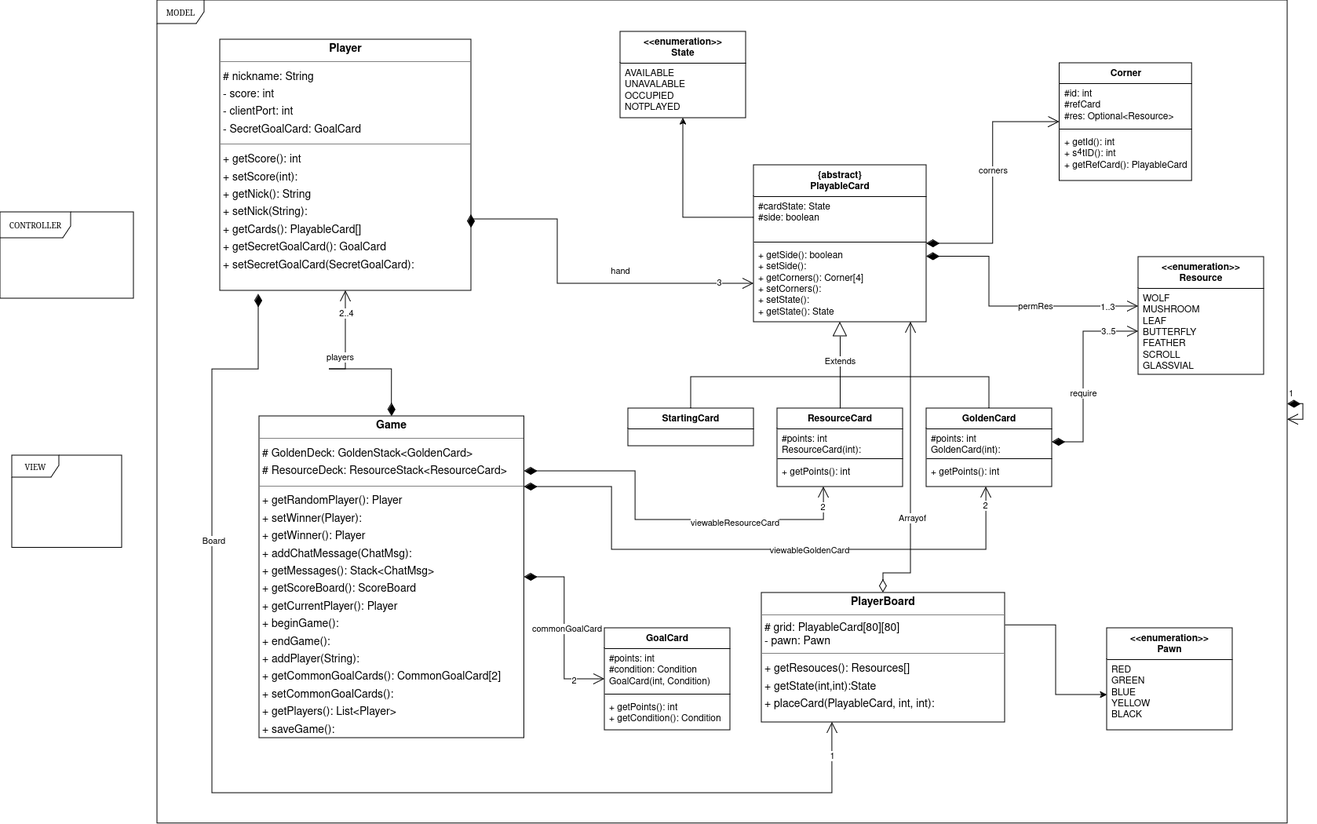
This is UML method.png from RogerTWS02/ing-sw-2024-Esposito-Falzoni-Frisone-Grassi, a draw.io export, as it was before one commit. Source tidied: cells renumbered, new cells last; positions are measured from the earlier drawing's top-left corner, leaving out a move shared by most shapes.
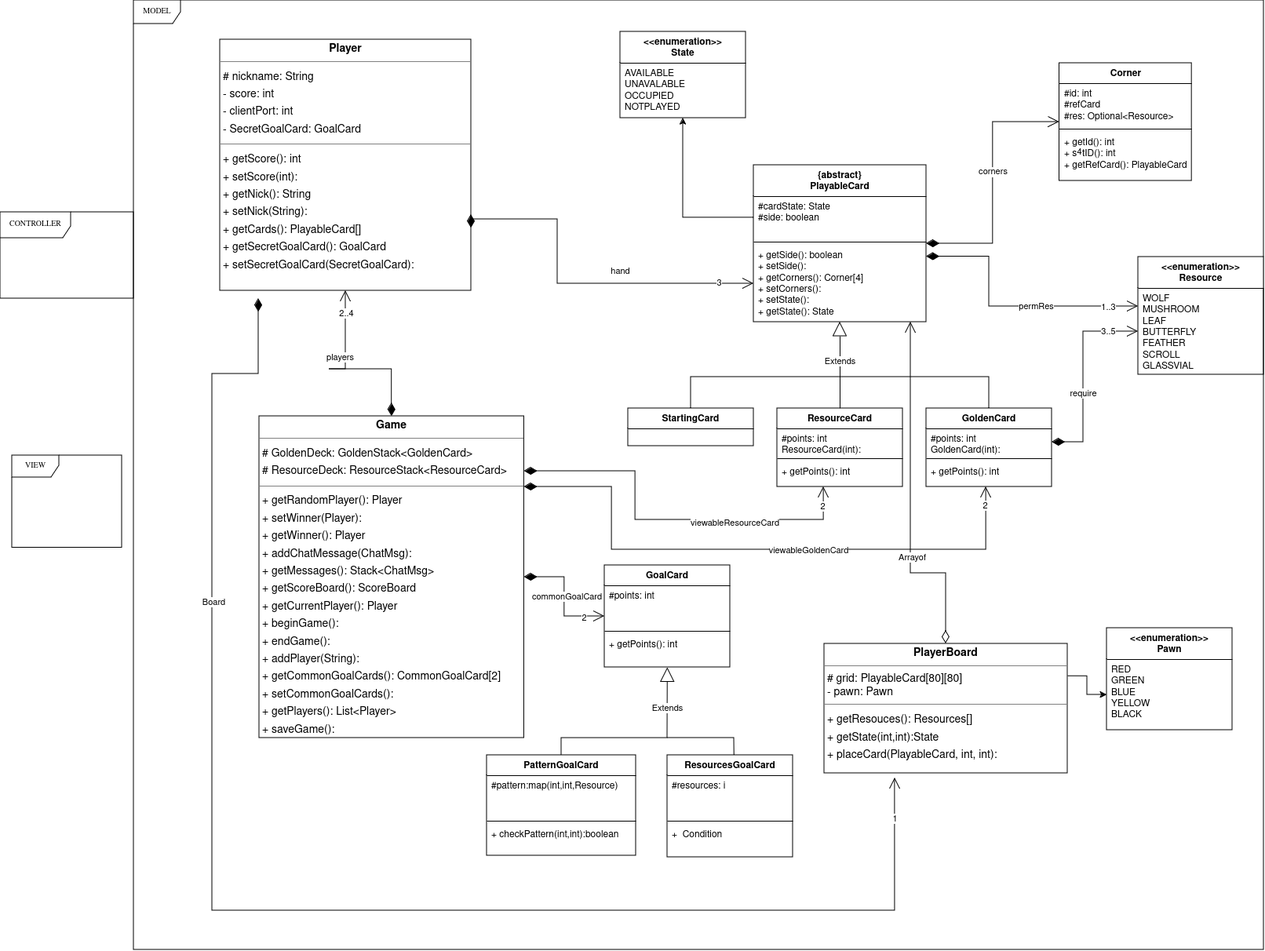
After the commit.

Diff of the diagram source:
```diff
@@ -3,7 +3,7 @@
     <mxCell id="0" />
     <mxCell id="1" parent="0" />
     <mxCell id="2" value="MODEL" style="shape=umlFrame;whiteSpace=wrap;html=1;rounded=0;shadow=0;comic=0;labelBackgroundColor=none;strokeWidth=1;fontFamily=Verdana;fontSize=10;align=center;" parent="1" vertex="1">
-      <mxGeometry x="200" width="1440" height="1048.8" as="geometry" />
+      <mxGeometry x="170" width="1440" height="1210" as="geometry" />
     </mxCell>
     <mxCell id="3" value="CONTROLLER" style="shape=umlFrame;whiteSpace=wrap;html=1;rounded=0;shadow=0;comic=0;labelBackgroundColor=none;strokeWidth=1;fontFamily=Verdana;fontSize=10;align=center;width=90;height=33;" parent="1" vertex="1">
       <mxGeometry y="270" width="170" height="110" as="geometry" />
@@ -73,7 +73,7 @@
       <mxGeometry relative="1" as="geometry" />
     </mxCell>
     <mxCell id="22" value="&lt;p style=&quot;margin:0px;margin-top:4px;text-align:center;&quot;&gt;&lt;b&gt;PlayerBoard&lt;/b&gt;&lt;/p&gt;&lt;hr size=&quot;1&quot;&gt;&amp;nbsp;&lt;span style=&quot;background-color: initial;&quot;&gt;# grid: PlayableCard[80][80]&amp;nbsp;&lt;/span&gt;&lt;div&gt;&amp;nbsp;- pawn: Pawn&amp;nbsp;&lt;div&gt;&lt;hr size=&quot;1&quot;&gt;&lt;p style=&quot;margin:0 0 0 4px;line-height:1.6;&quot;&gt;+ getResouces(): Resources[]&lt;br&gt;+ getState(int,int):State&lt;br&gt;+ placeCard(PlayableCard, int, int): &lt;br&gt;&lt;/p&gt;&lt;/div&gt;&lt;/div&gt;" style="verticalAlign=top;align=left;overflow=fill;fontSize=14;fontFamily=Helvetica;html=1;rounded=0;shadow=0;comic=0;labelBackgroundColor=none;strokeWidth=1;" parent="1" vertex="1">
-      <mxGeometry x="970" y="755" width="310" height="165" as="geometry" />
+      <mxGeometry x="1050" y="820" width="310" height="165" as="geometry" />
     </mxCell>
     <mxCell id="23" value="&lt;p style=&quot;margin:0px;margin-top:4px;text-align:center;&quot;&gt;&lt;b&gt;Player&lt;/b&gt;&lt;/p&gt;&lt;hr size=&quot;1&quot;&gt;&lt;p style=&quot;margin:0 0 0 4px;line-height:1.6;&quot;&gt;# nickname: String&lt;/p&gt;&lt;p style=&quot;margin:0 0 0 4px;line-height:1.6;&quot;&gt;- score: int&lt;/p&gt;&lt;p style=&quot;margin:0 0 0 4px;line-height:1.6;&quot;&gt;- clientPort: int&lt;/p&gt;&lt;p style=&quot;margin:0 0 0 4px;line-height:1.6;&quot;&gt;- SecretGoalCard: GoalCard&lt;/p&gt;&lt;hr size=&quot;1&quot;&gt;&lt;p style=&quot;margin:0 0 0 4px;line-height:1.6;&quot;&gt;+ getScore(): int&lt;/p&gt;&lt;p style=&quot;margin:0 0 0 4px;line-height:1.6;&quot;&gt;+ setScore(int):&amp;nbsp;&lt;br&gt;+ getNick(): String&lt;/p&gt;&lt;p style=&quot;margin:0 0 0 4px;line-height:1.6;&quot;&gt;+ setNick(String):&lt;/p&gt;&lt;p style=&quot;margin:0 0 0 4px;line-height:1.6;&quot;&gt;+ getCards(): PlayableCard[]&lt;br&gt;+ getSecretGoalCard(): GoalCard&lt;br&gt;+ setSecretGoalCard(SecretGoalCard):&amp;nbsp;&lt;br&gt;&lt;/p&gt;" style="verticalAlign=top;align=left;overflow=fill;fontSize=14;fontFamily=Helvetica;html=1;rounded=0;shadow=0;comic=0;labelBackgroundColor=none;strokeWidth=1;" parent="1" vertex="1">
       <mxGeometry x="280" y="50" width="320" height="320" as="geometry" />
@@ -248,27 +248,26 @@
       <mxGeometry x="0.66" y="-2" relative="1" as="geometry" />
     </mxCell>
     <mxCell id="60" value="GoalCard" style="swimlane;fontStyle=1;align=center;verticalAlign=top;horizontal=1;startSize=26;whiteSpace=wrap;html=1;" parent="1" vertex="1">
-      <mxGeometry x="770" y="800" width="160" height="130" as="geometry" />
+      <mxGeometry x="770" y="720" width="160" height="130" as="geometry" />
     </mxCell>
-    <mxCell id="61" value="#points: int&lt;div&gt;#condition: Condition&lt;/div&gt;&lt;div&gt;GoalCard(int, Condition)&lt;/div&gt;" style="text;strokeColor=none;fillColor=none;align=left;verticalAlign=top;spacingLeft=4;spacingRight=4;overflow=hidden;whiteSpace=wrap;html=1;" parent="60" vertex="1">
+    <mxCell id="61" value="#points: int" style="text;strokeColor=none;fillColor=none;align=left;verticalAlign=top;spacingLeft=4;spacingRight=4;overflow=hidden;whiteSpace=wrap;html=1;" parent="60" vertex="1">
       <mxGeometry y="26" width="160" height="54" as="geometry" />
     </mxCell>
     <mxCell id="62" style="line;strokeWidth=1;fillColor=none;align=left;verticalAlign=middle;spacingTop=-1;spacingLeft=3;spacingRight=3;labelPosition=right;strokeColor=inherit;" parent="60" vertex="1">
       <mxGeometry y="80" width="160" height="8" as="geometry" />
     </mxCell>
-    <mxCell id="63" value="+ getPoints(): int&lt;div&gt;+ getCondition(): Condition&amp;nbsp;&lt;/div&gt;" style="text;strokeColor=none;fillColor=none;align=left;verticalAlign=top;spacingLeft=4;spacingRight=4;overflow=hidden;points=[[0,0.5],[1,0.5]];portConstraint=eastwest;whiteSpace=wrap;html=1;" parent="60" vertex="1">
+    <mxCell id="63" value="+ getPoints(): int&lt;div&gt;&amp;nbsp;&lt;br&gt;&lt;/div&gt;" style="text;strokeColor=none;fillColor=none;align=left;verticalAlign=top;spacingLeft=4;spacingRight=4;overflow=hidden;points=[[0,0.5],[1,0.5]];portConstraint=eastwest;whiteSpace=wrap;html=1;" parent="60" vertex="1">
       <mxGeometry y="88" width="160" height="42" as="geometry" />
     </mxCell>
-    <mxCell id="64" value="1" style="endArrow=open;html=1;endSize=12;startArrow=diamondThin;startSize=14;startFill=1;edgeStyle=orthogonalEdgeStyle;align=left;verticalAlign=bottom;rounded=0;" parent="1" edge="1" source="2" target="2">
-      <mxGeometry x="-1" y="3" relative="1" as="geometry" />
-    </mxCell>
-    <mxCell id="65" style="endArrow=open;html=1;endSize=12;startArrow=diamondThin;startSize=14;startFill=1;edgeStyle=orthogonalEdgeStyle;align=left;verticalAlign=bottom;rounded=0;exitX=0.153;exitY=1.013;exitDx=0;exitDy=0;exitPerimeter=0;entryX=0.29;entryY=1;entryDx=0;entryDy=0;entryPerimeter=0;" parent="1" edge="1" source="23" target="22">
+    <mxCell id="65" style="endArrow=open;html=1;endSize=12;startArrow=diamondThin;startSize=14;startFill=1;edgeStyle=orthogonalEdgeStyle;align=left;verticalAlign=bottom;rounded=0;exitX=0.153;exitY=1.013;exitDx=0;exitDy=0;exitPerimeter=0;entryX=0.29;entryY=1;entryDx=0;entryDy=0;entryPerimeter=0;" parent="1" edge="1">
       <mxGeometry x="0.9" y="-110" relative="1" as="geometry">
+        <mxPoint x="329" y="380" as="sourcePoint" />
+        <mxPoint x="1139.9" y="990.8" as="targetPoint" />
         <Array as="points">
-          <mxPoint x="329" y="470" />
-          <mxPoint x="270" y="470" />
-          <mxPoint x="270" y="1010" />
-          <mxPoint x="1060" y="1010" />
+          <mxPoint x="329" y="476" />
+          <mxPoint x="270" y="476" />
+          <mxPoint x="270" y="1160" />
+          <mxPoint x="1140" y="1160" />
         </Array>
       </mxGeometry>
     </mxCell>
@@ -284,7 +283,7 @@
     <mxCell id="69" style="endArrow=open;html=1;endSize=12;startArrow=diamondThin;startSize=14;startFill=0;edgeStyle=orthogonalEdgeStyle;align=left;verticalAlign=bottom;rounded=0;exitX=0.5;exitY=0;exitDx=0;exitDy=0;" parent="1" edge="1" source="22" target="7">
       <mxGeometry x="-0.42" y="-10" relative="1" as="geometry">
         <Array as="points">
-          <mxPoint x="1125" y="730" />
+          <mxPoint x="1205" y="730" />
           <mxPoint x="1160" y="730" />
         </Array>
       </mxGeometry>
@@ -292,5 +291,46 @@
     <mxCell id="70" value="Arrayof" style="edgeLabel;html=1;align=center;verticalAlign=middle;" parent="69" vertex="1">
       <mxGeometry x="-0.32" y="-2" relative="1" as="geometry" />
     </mxCell>
+    <mxCell id="71" value="PatternGoalCard" style="swimlane;fontStyle=1;align=center;verticalAlign=top;horizontal=1;startSize=26;whiteSpace=wrap;html=1;" parent="1" vertex="1">
+      <mxGeometry x="620" y="962" width="190" height="128" as="geometry" />
+    </mxCell>
+    <mxCell id="72" value="&lt;div&gt;#pattern:map(int,int,Resource)&lt;/div&gt;" style="text;strokeColor=none;fillColor=none;align=left;verticalAlign=top;spacingLeft=4;spacingRight=4;overflow=hidden;whiteSpace=wrap;html=1;" parent="71" vertex="1">
+      <mxGeometry y="26" width="190" height="54" as="geometry" />
+    </mxCell>
+    <mxCell id="73" style="line;strokeWidth=1;fillColor=none;align=left;verticalAlign=middle;spacingTop=-1;spacingLeft=3;spacingRight=3;labelPosition=right;strokeColor=inherit;" parent="71" vertex="1">
+      <mxGeometry y="80" width="190" height="8" as="geometry" />
+    </mxCell>
+    <mxCell id="74" value="+ checkPattern(int,int):boolean" style="text;strokeColor=none;fillColor=none;align=left;verticalAlign=top;spacingLeft=4;spacingRight=4;overflow=hidden;whiteSpace=wrap;html=1;" parent="71" vertex="1">
+      <mxGeometry y="88" width="190" height="40" as="geometry" />
+    </mxCell>
+    <mxCell id="75" value="ResourcesGoalCard" style="swimlane;fontStyle=1;align=center;verticalAlign=top;horizontal=1;startSize=26;whiteSpace=wrap;html=1;" parent="1" vertex="1">
+      <mxGeometry x="850" y="962" width="160" height="130" as="geometry" />
+    </mxCell>
+    <mxCell id="76" value="#resources: i" style="text;strokeColor=none;fillColor=none;align=left;verticalAlign=top;spacingLeft=4;spacingRight=4;overflow=hidden;whiteSpace=wrap;html=1;" parent="75" vertex="1">
+      <mxGeometry y="26" width="160" height="54" as="geometry" />
+    </mxCell>
+    <mxCell id="77" style="line;strokeWidth=1;fillColor=none;align=left;verticalAlign=middle;spacingTop=-1;spacingLeft=3;spacingRight=3;labelPosition=right;strokeColor=inherit;" parent="75" vertex="1">
+      <mxGeometry y="80" width="160" height="8" as="geometry" />
+    </mxCell>
+    <mxCell id="78" value="+&amp;nbsp; Condition&amp;nbsp;" style="text;strokeColor=none;fillColor=none;align=left;verticalAlign=top;spacingLeft=4;spacingRight=4;overflow=hidden;whiteSpace=wrap;html=1;" parent="75" vertex="1">
+      <mxGeometry y="88" width="160" height="42" as="geometry" />
+    </mxCell>
+    <mxCell id="79" value="Extends" style="endArrow=block;endSize=16;endFill=0;html=1;rounded=0;exitX=0.5;exitY=0;exitDx=0;exitDy=0;entryX=0.502;entryY=1.007;entryDx=0;entryDy=0;entryPerimeter=0;" parent="1" edge="1" source="71" target="63">
+      <mxGeometry x="0.58" relative="1" as="geometry">
+        <Array as="points">
+          <mxPoint x="715" y="940" />
+          <mxPoint x="725" y="940" />
+          <mxPoint x="850" y="940" />
+        </Array>
+      </mxGeometry>
+    </mxCell>
+    <mxCell id="80" style="endArrow=none;html=1;rounded=0;exitX=0.533;exitY=-0.002;exitDx=0;exitDy=0;exitPerimeter=0;" parent="1" edge="1" source="75">
+      <mxGeometry relative="1" as="geometry">
+        <mxPoint x="850" y="940" as="targetPoint" />
+        <Array as="points">
+          <mxPoint x="935" y="940" />
+        </Array>
+      </mxGeometry>
+    </mxCell>
   </root>
 </mxGraphModel>
```
